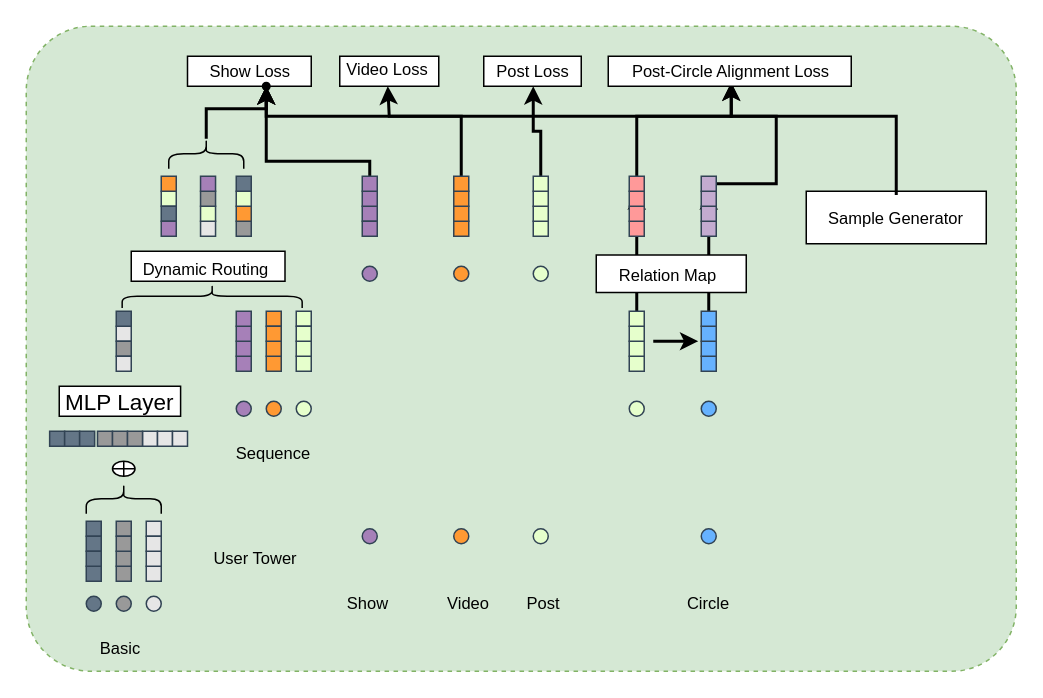
The draw.io diagram mm4p-update.drawio in ronxiao/hello-world, before the edit. Source tidied: cells renumbered, new cells numbered last; positions are measured from the earlier drawing's top-left corner, leaving out a move shared by most shapes. Both pictures are drawn from the tidied source at 150%, with x=0, y=0 at pixel (26, 26).
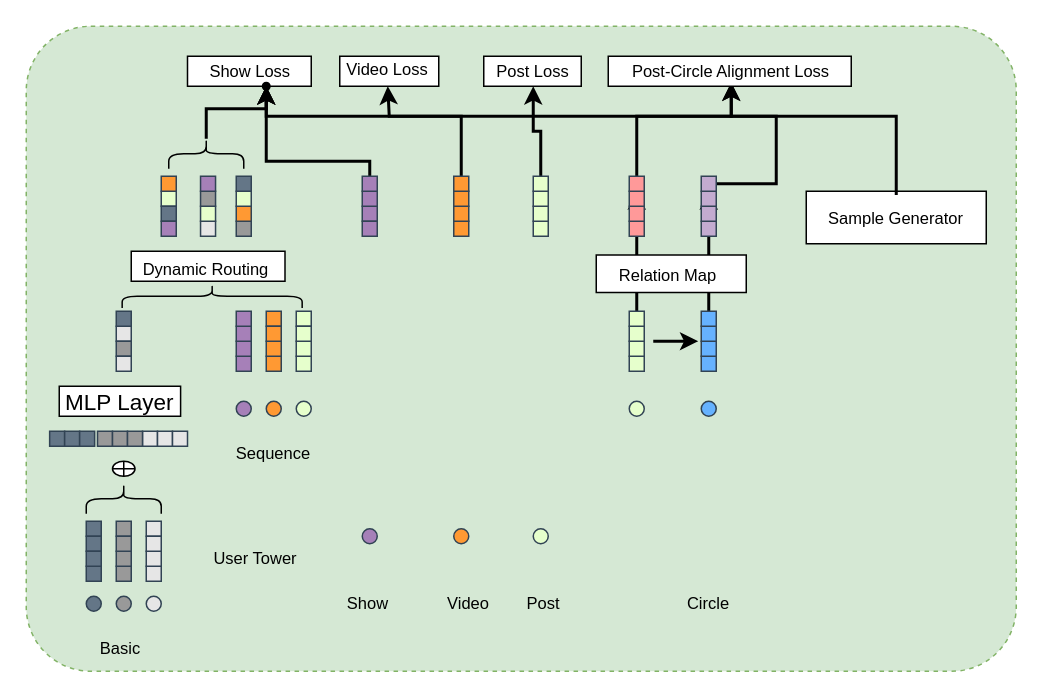
Above is the later version.

The edit, as a diff of the source:
```diff
@@
-    <mxCell id="69" style="ellipse;whiteSpace=wrap;html=1;fontSize=6;fillColor=#A680B8;fontColor=#ffffff;strokeColor=#314354;direction=west;" parent="1" vertex="1">
-      <mxGeometry x="224" y="160" width="10" height="10" as="geometry" />
-    </mxCell>
-    <mxCell id="70" style="ellipse;whiteSpace=wrap;html=1;fontSize=6;fillColor=#FF9933;fontColor=#ffffff;strokeColor=#314354;direction=west;" parent="1" vertex="1">
-      <mxGeometry x="285" y="160" width="10" height="10" as="geometry" />
-    </mxCell>
@@
-    <mxCell id="81" style="ellipse;whiteSpace=wrap;html=1;fontSize=6;fillColor=#E6FFCC;fontColor=#ffffff;strokeColor=#314354;direction=west;" parent="1" vertex="1">
-      <mxGeometry x="338" y="160" width="10" height="10" as="geometry" />
-    </mxCell>
@@
-    <mxCell id="126" style="ellipse;whiteSpace=wrap;html=1;fontSize=6;fillColor=#66B2FF;fontColor=#ffffff;strokeColor=#314354;direction=west;" parent="1" vertex="1">
-      <mxGeometry x="450" y="335" width="10" height="10" as="geometry" />
-    </mxCell>
```
